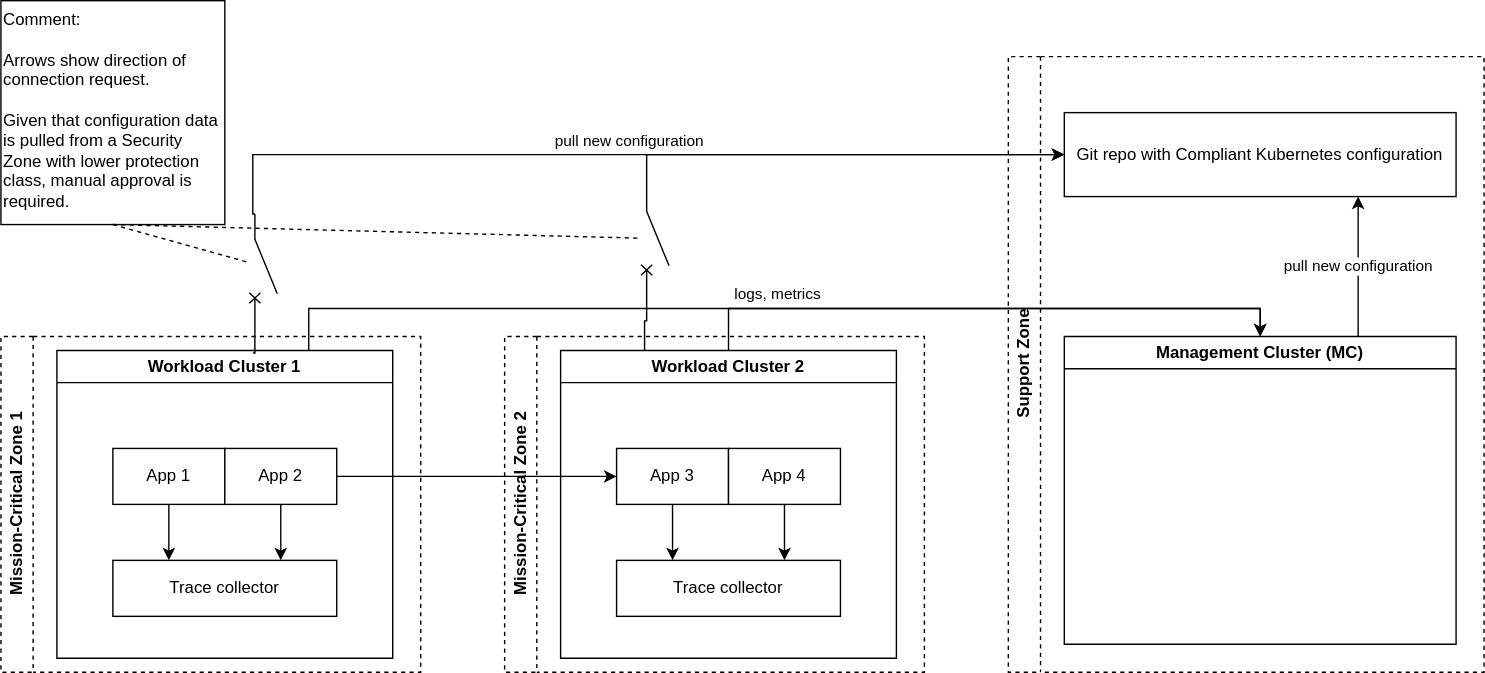
Above: docs/adr/img/0050-use-cluster-isolation.drawio.svg in elastisys/compliantkubernetes (draw.io), before the change. Source tidied: cells renumbered, new cells last; positions are measured from the earlier drawing's top-left corner, leaving out a move shared by most shapes.
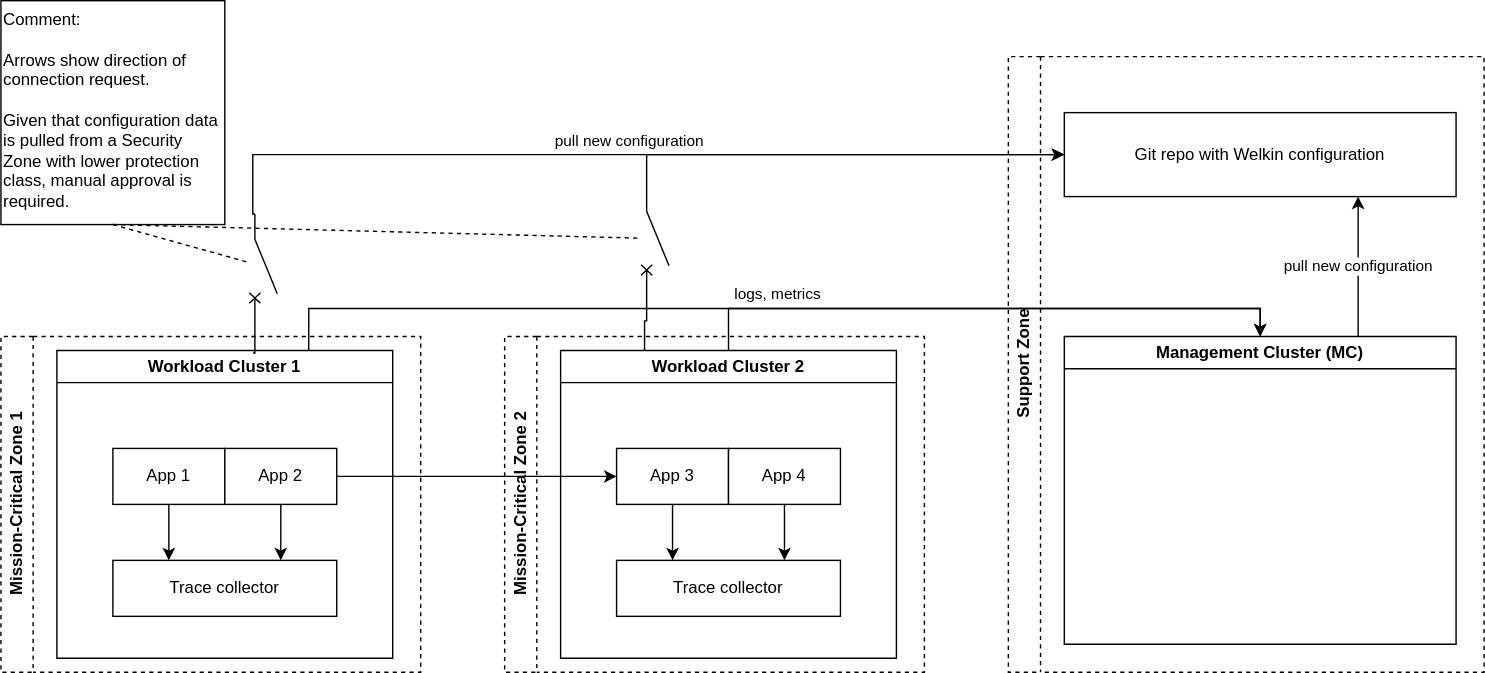
The same diagram one commit later.

Commit message:
Welkin in cluster isolation diagram

The edit, as a diff of the source:
```diff
@@ -53,7 +53,7 @@
     <mxCell id="18" value="Management Cluster (MC)" style="swimlane;whiteSpace=wrap;html=1;" parent="16" vertex="1">
       <mxGeometry x="40" y="200" width="280" height="220" as="geometry" />
     </mxCell>
-    <mxCell id="19" value="Git repo with Compliant Kubernetes configuration" style="rounded=0;whiteSpace=wrap;html=1;" parent="16" vertex="1">
+    <mxCell id="19" value="Git repo with Welkin configuration" style="rounded=0;whiteSpace=wrap;html=1;" parent="16" vertex="1">
       <mxGeometry x="40" y="40" width="280" height="60" as="geometry" />
     </mxCell>
     <mxCell id="20" value="logs, metrics" style="edgeStyle=orthogonalEdgeStyle;rounded=0;jettySize=auto;html=1;exitX=0.75;exitY=0;exitDx=0;exitDy=0;entryX=0.5;entryY=0;entryDx=0;entryDy=0;" parent="1" edge="1" source="3" target="18">
```
